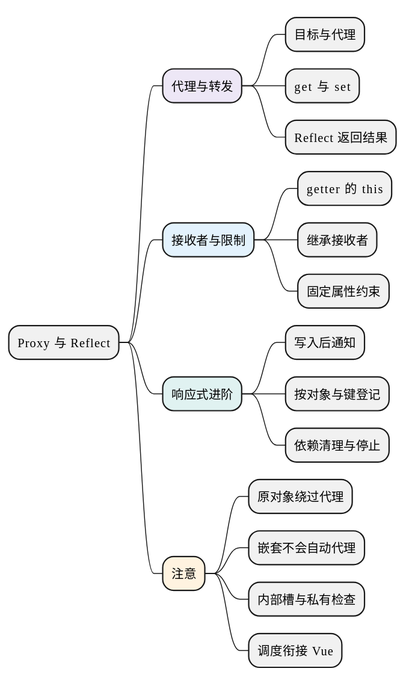
Before: docs/AI前端全栈教材/01_JavaScript/03_对象机制/examples/c14-mindmap.svg, a diagram exported from PlantUML (chenx18/JAVA).
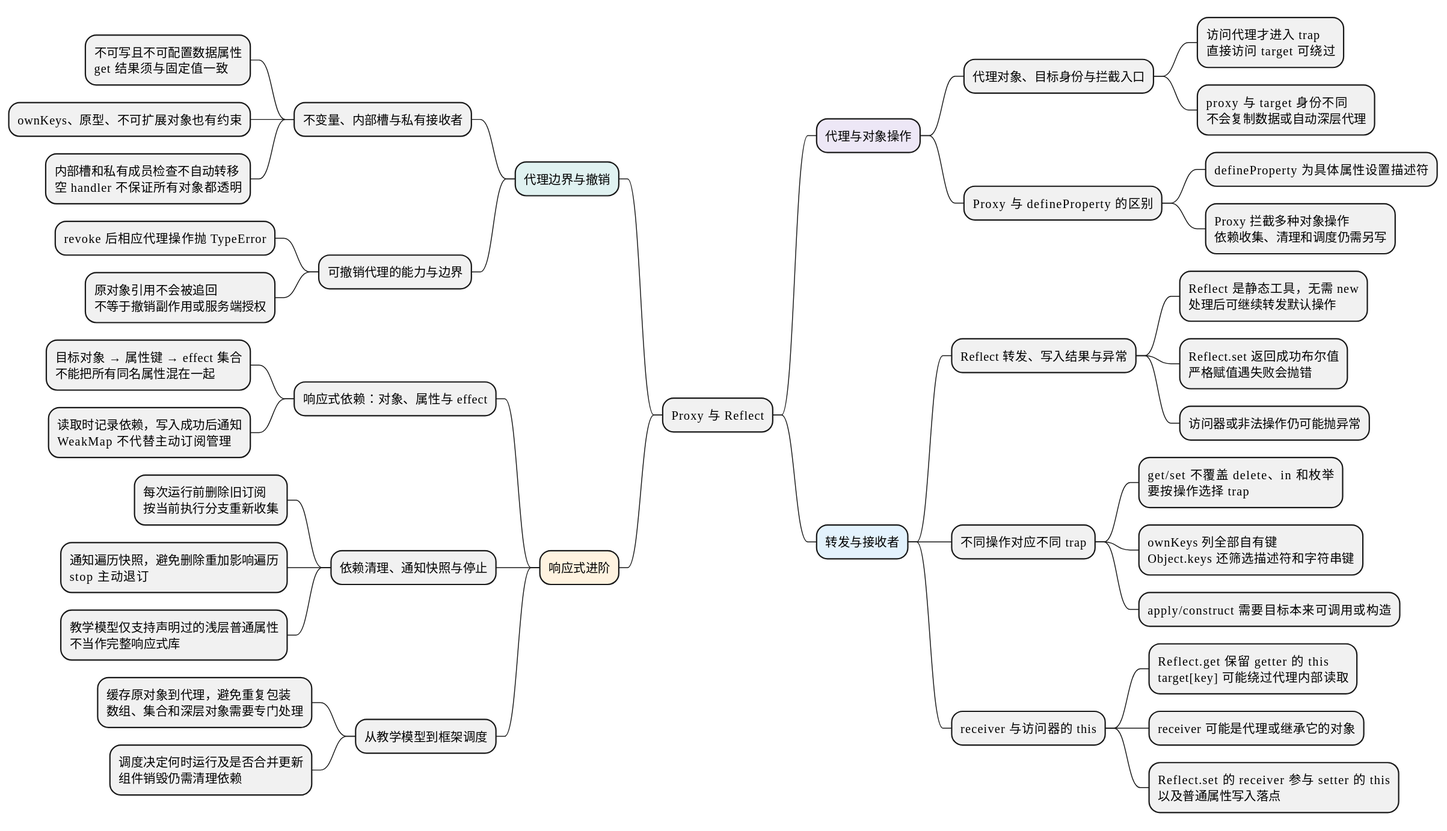
After the change.

What changed in the source:
```diff
@@ -6,22 +6,45 @@
 skinparam shadowing false
 
 * Proxy 与 Reflect
-**[#EDE7F6] 代理与转发
-*** 目标与代理
-*** get 与 set
-*** Reflect 返回结果
-**[#E3F2FD] 接收者与限制
-*** getter 的 this
-*** 继承接收者
-*** 固定属性约束
-**[#E0F2F1] 响应式进阶
-*** 写入后通知
-*** 按对象与键登记
-*** 依赖清理与停止
-**[#FFF3E0] 注意
-*** 原对象绕过代理
-*** 嵌套不会自动代理
-*** 内部槽与私有检查
-*** 调度衔接 Vue
+**[#EDE7F6] 代理与对象操作
+*** 代理对象、目标身份与拦截入口
+**** 访问代理才进入 trap\n直接访问 target 可绕过
+**** proxy 与 target 身份不同\n不会复制数据或自动深层代理
+*** Proxy 与 defineProperty 的区别
+**** defineProperty 为具体属性设置描述符
+**** Proxy 拦截多种对象操作\n依赖收集、清理和调度仍需另写
+**[#E3F2FD] 转发与接收者
+*** Reflect 转发、写入结果与异常
+**** Reflect 是静态工具，无需 new\n处理后可继续转发默认操作
+**** Reflect.set 返回成功布尔值\n严格赋值遇失败会抛错
+**** 访问器或非法操作仍可能抛异常
+*** 不同操作对应不同 trap
+**** get/set 不覆盖 delete、in 和枚举\n要按操作选择 trap
+**** ownKeys 列全部自有键\nObject.keys 还筛选描述符和字符串键
+**** apply/construct 需要目标本来可调用或构造
+*** receiver 与访问器的 this
+**** Reflect.get 保留 getter 的 this\ntarget[key] 可能绕过代理内部读取
+**** receiver 可能是代理或继承它的对象
+**** Reflect.set 的 receiver 参与 setter 的 this\n以及普通属性写入落点
+left side
+**[#E0F2F1] 代理边界与撤销
+*** 不变量、内部槽与私有接收者
+**** 不可写且不可配置数据属性\nget 结果须与固定值一致
+**** ownKeys、原型、不可扩展对象也有约束
+**** 内部槽和私有成员检查不自动转移\n空 handler 不保证所有对象都透明
+*** 可撤销代理的能力与边界
+**** revoke 后相应代理操作抛 TypeError
+**** 原对象引用不会被追回\n不等于撤销副作用或服务端授权
+**[#FFF3E0] 响应式进阶
+*** 响应式依赖：对象、属性与 effect
+**** 目标对象 → 属性键 → effect 集合\n不能把所有同名属性混在一起
+**** 读取时记录依赖，写入成功后通知\nWeakMap 不代替主动订阅管理
+*** 依赖清理、通知快照与停止
+**** 每次运行前删除旧订阅\n按当前执行分支重新收集
+**** 通知遍历快照，避免删除重加影响遍历\nstop 主动退订
+**** 教学模型仅支持声明过的浅层普通属性\n不当作完整响应式库
+*** 从教学模型到框架调度
+**** 缓存原对象到代理，避免重复包装\n数组、集合和深层对象需要专门处理
+**** 调度决定何时运行及是否合并更新\n组件销毁仍需清理依赖
 
 @endmindmap
```
